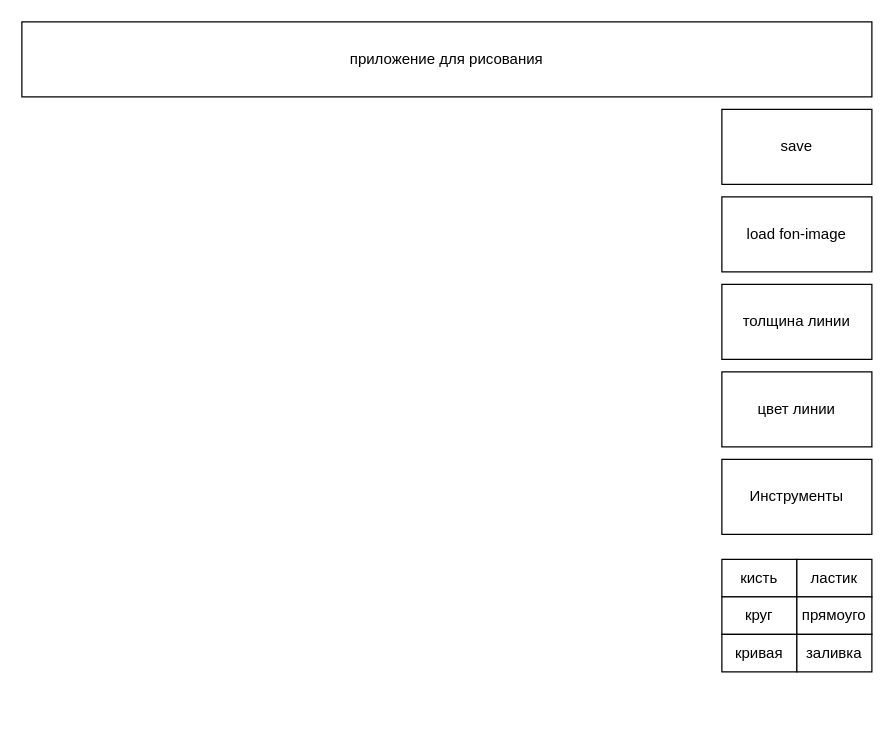
This is page "Page-2" (2 of 2) of Untitled Diagram.drawio from AndreyUytov/drawing-app, a draw.io file, before an edit. Source tidied: cells renumbered, new cells numbered last; positions are measured from the earlier drawing's top-left corner, leaving out a move shared by most shapes. Both pictures are drawn from the tidied source at 125%, with x=0, y=0 at pixel (21, 21).
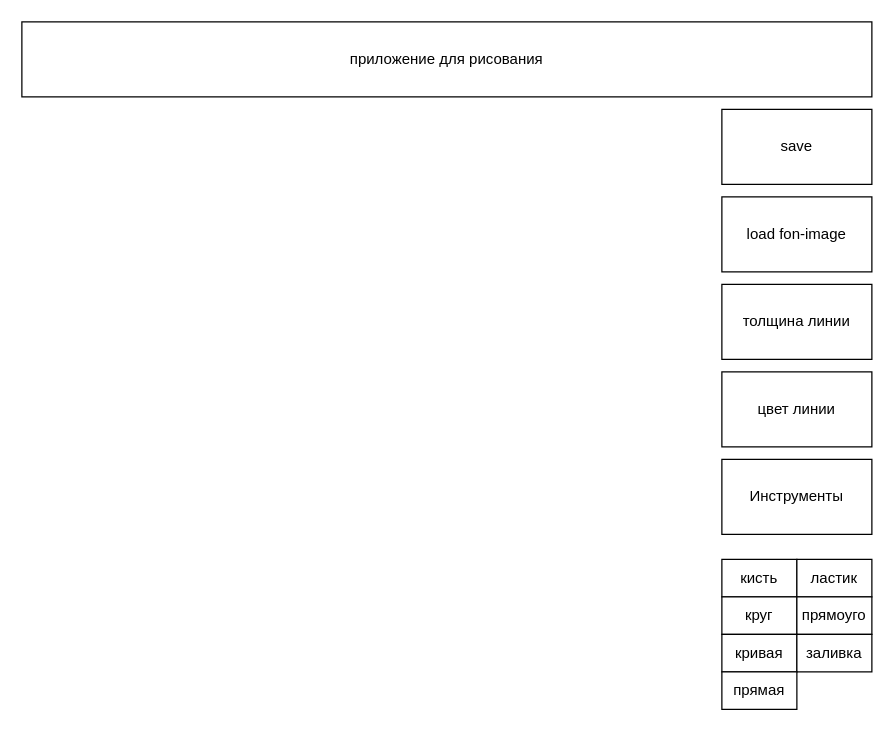
The same diagram, later.

The edit, as a diff of the source:
```diff
@@
 <mxGraphModel>
   <root>
     <mxCell id="0" />
     <mxCell id="1" parent="0" />
     <mxCell id="2" value="save" style="rounded=0;whiteSpace=wrap;html=1;comic=0;" parent="1" vertex="1">
       <mxGeometry x="560" y="70" width="120" height="60" as="geometry" />
     </mxCell>
     <mxCell id="3" value="load fon-image" style="rounded=0;whiteSpace=wrap;html=1;comic=0;" parent="1" vertex="1">
       <mxGeometry x="560" y="140" width="120" height="60" as="geometry" />
     </mxCell>
     <mxCell id="4" value="толщина линии" style="rounded=0;whiteSpace=wrap;html=1;comic=0;" parent="1" vertex="1">
       <mxGeometry x="560" y="210" width="120" height="60" as="geometry" />
     </mxCell>
     <mxCell id="5" value="цвет линии" style="rounded=0;whiteSpace=wrap;html=1;comic=0;" parent="1" vertex="1">
       <mxGeometry x="560" y="280" width="120" height="60" as="geometry" />
     </mxCell>
     <mxCell id="6" value="Инструменты" style="rounded=0;whiteSpace=wrap;html=1;comic=0;" parent="1" vertex="1">
       <mxGeometry x="560" y="350" width="120" height="60" as="geometry" />
     </mxCell>
     <mxCell id="7" value="кисть" style="rounded=0;whiteSpace=wrap;html=1;comic=0;" parent="1" vertex="1">
       <mxGeometry x="560" y="430" width="60" height="30" as="geometry" />
     </mxCell>
     <mxCell id="8" value="ластик" style="rounded=0;whiteSpace=wrap;html=1;comic=0;" parent="1" vertex="1">
       <mxGeometry x="620" y="430" width="60" height="30" as="geometry" />
     </mxCell>
     <mxCell id="9" value="круг" style="rounded=0;whiteSpace=wrap;html=1;comic=0;" parent="1" vertex="1">
       <mxGeometry x="560" y="460" width="60" height="30" as="geometry" />
     </mxCell>
     <mxCell id="10" value="прямоуго" style="rounded=0;whiteSpace=wrap;html=1;comic=0;" parent="1" vertex="1">
       <mxGeometry x="620" y="460" width="60" height="30" as="geometry" />
     </mxCell>
     <mxCell id="11" value="кривая" style="rounded=0;whiteSpace=wrap;html=1;comic=0;" parent="1" vertex="1">
       <mxGeometry x="560" y="490" width="60" height="30" as="geometry" />
     </mxCell>
     <mxCell id="12" value="заливка" style="rounded=0;whiteSpace=wrap;html=1;comic=0;" parent="1" vertex="1">
       <mxGeometry x="620" y="490" width="60" height="30" as="geometry" />
     </mxCell>
     <mxCell id="13" value="приложение для рисования" style="rounded=0;whiteSpace=wrap;html=1;comic=0;" parent="1" vertex="1">
       <mxGeometry width="680" height="60" as="geometry" />
     </mxCell>
+    <mxCell id="14" value="прямая" style="rounded=0;whiteSpace=wrap;html=1;comic=0;" parent="1" vertex="1">
+      <mxGeometry x="560" y="520" width="60" height="30" as="geometry" />
+    </mxCell>
   </root>
 </mxGraphModel>
```
